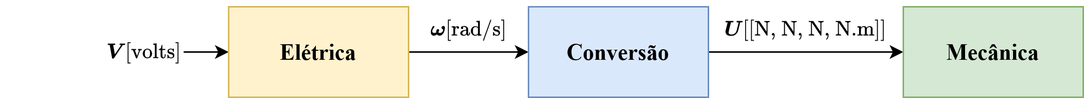
Before: Documents/capitulos/modelagem/imgs/diagrama_blocos_final.png, a diagram exported from draw.io (n1111ck/AQC). Source tidied: cells renumbered, new cells last; positions are measured from the earlier drawing's top-left corner, leaving out a move shared by most shapes. The source it was exported from:
```xml
<mxGraphModel math="1">
  <root>
    <mxCell id="0" />
    <mxCell id="1" parent="0" />
    <mxCell id="2" style="edgeStyle=orthogonalEdgeStyle;rounded=0;jettySize=auto;html=1;entryX=0;entryY=0.5;entryDx=0;entryDy=0;" parent="1" edge="1" target="4">
      <mxGeometry relative="1" as="geometry">
        <mxPoint x="122" y="30" as="sourcePoint" />
        <Array as="points">
          <mxPoint x="122" y="30" />
          <mxPoint x="122" y="30" />
        </Array>
      </mxGeometry>
    </mxCell>
    <mxCell id="3" style="edgeStyle=orthogonalEdgeStyle;rounded=0;jettySize=auto;html=1;" parent="1" edge="1" source="4" target="7">
      <mxGeometry relative="1" as="geometry" />
    </mxCell>
    <mxCell id="4" value="&lt;font size=&quot;1&quot;&gt;&lt;b&gt;&lt;font style=&quot;font-size: 15px;&quot; face=&quot;Times New Roman&quot;&gt;Elétrica&lt;/font&gt;&lt;/b&gt;&lt;/font&gt;" style="rounded=0;whiteSpace=wrap;html=1;fillColor=#fff2cc;strokeColor=#d6b656;" parent="1" vertex="1">
      <mxGeometry x="152" width="120" height="60" as="geometry" />
    </mxCell>
    <mxCell id="5" value="$$\boldsymbol{V} \text{[volts]}$$ " style="text;html=1;align=center;verticalAlign=middle;strokeColor=none;fillColor=none;" parent="1" vertex="1">
      <mxGeometry y="15" width="190" height="30" as="geometry" />
    </mxCell>
    <mxCell id="6" style="edgeStyle=orthogonalEdgeStyle;rounded=0;jettySize=auto;html=1;" parent="1" edge="1" source="7" target="8">
      <mxGeometry relative="1" as="geometry" />
    </mxCell>
    <mxCell id="7" value="&lt;font size=&quot;1&quot;&gt;&lt;b&gt;&lt;font style=&quot;font-size: 15px;&quot; face=&quot;Times New Roman&quot;&gt;Conversão&lt;/font&gt;&lt;/b&gt;&lt;/font&gt;" style="rounded=0;whiteSpace=wrap;html=1;fillColor=#dae8fc;strokeColor=#6c8ebf;" parent="1" vertex="1">
      <mxGeometry x="352" width="120" height="60" as="geometry" />
    </mxCell>
    <mxCell id="8" value="&lt;font size=&quot;1&quot;&gt;&lt;b&gt;&lt;font style=&quot;font-size: 15px;&quot; face=&quot;Times New Roman&quot;&gt;Mecânica&lt;/font&gt;&lt;/b&gt;&lt;/font&gt;" style="rounded=0;whiteSpace=wrap;html=1;fillColor=#d5e8d4;strokeColor=#82b366;" parent="1" vertex="1">
      <mxGeometry x="602" width="120" height="60" as="geometry" />
    </mxCell>
    <mxCell id="9" value="$$\boldsymbol{U} \text{[[N, N, N, N.m]]}$$ " style="text;html=1;align=center;verticalAlign=middle;strokeColor=none;fillColor=none;" parent="1" vertex="1">
      <mxGeometry x="417" width="240" height="30" as="geometry" />
    </mxCell>
    <mxCell id="10" value="$$\boldsymbol{\omega} \text{[rad/s]}$$ " style="text;html=1;align=center;verticalAlign=middle;strokeColor=none;fillColor=none;" parent="1" vertex="1">
      <mxGeometry x="202" width="220" height="30" as="geometry" />
    </mxCell>
  </root>
</mxGraphModel>
```
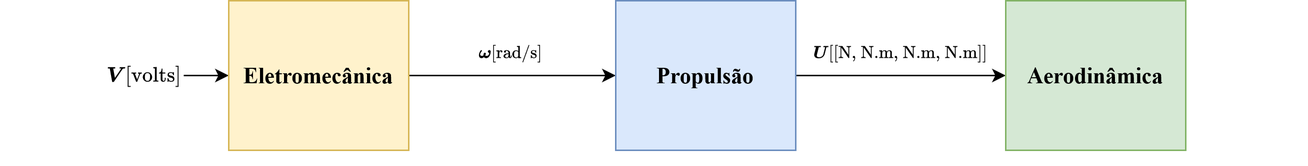
Above is the later version.

What changed in the source:
```diff
@@ -2,38 +2,41 @@
   <root>
     <mxCell id="0" />
     <mxCell id="1" parent="0" />
+    <mxCell id="11" style="rounded=0;whiteSpace=wrap;html=1;strokeColor=none;" parent="1" vertex="1">
+      <mxGeometry x="722" y="30" width="82" height="60" as="geometry" />
+    </mxCell>
     <mxCell id="2" style="edgeStyle=orthogonalEdgeStyle;rounded=0;jettySize=auto;html=1;entryX=0;entryY=0.5;entryDx=0;entryDy=0;" parent="1" edge="1" target="4">
       <mxGeometry relative="1" as="geometry">
-        <mxPoint x="122" y="30" as="sourcePoint" />
+        <mxPoint x="54" y="30" as="sourcePoint" />
         <Array as="points">
-          <mxPoint x="122" y="30" />
-          <mxPoint x="122" y="30" />
+          <mxPoint x="54" y="30" />
+          <mxPoint x="54" y="30" />
         </Array>
       </mxGeometry>
     </mxCell>
     <mxCell id="3" style="edgeStyle=orthogonalEdgeStyle;rounded=0;jettySize=auto;html=1;" parent="1" edge="1" source="4" target="7">
       <mxGeometry relative="1" as="geometry" />
     </mxCell>
-    <mxCell id="4" value="&lt;font size=&quot;1&quot;&gt;&lt;b&gt;&lt;font style=&quot;font-size: 15px;&quot; face=&quot;Times New Roman&quot;&gt;Elétrica&lt;/font&gt;&lt;/b&gt;&lt;/font&gt;" style="rounded=0;whiteSpace=wrap;html=1;fillColor=#fff2cc;strokeColor=#d6b656;" parent="1" vertex="1">
-      <mxGeometry x="152" width="120" height="60" as="geometry" />
+    <mxCell id="4" value="&lt;font size=&quot;1&quot;&gt;&lt;b&gt;&lt;font style=&quot;font-size: 15px;&quot; face=&quot;Times New Roman&quot;&gt;Eletromecânica&lt;/font&gt;&lt;/b&gt;&lt;/font&gt;" style="rounded=0;whiteSpace=wrap;html=1;fillColor=#fff2cc;strokeColor=#d6b656;" parent="1" vertex="1">
+      <mxGeometry x="84" y="-20" width="120" height="100" as="geometry" />
     </mxCell>
     <mxCell id="5" value="$$\boldsymbol{V} \text{[volts]}$$ " style="text;html=1;align=center;verticalAlign=middle;strokeColor=none;fillColor=none;" parent="1" vertex="1">
-      <mxGeometry y="15" width="190" height="30" as="geometry" />
+      <mxGeometry x="-68" y="15" width="190" height="30" as="geometry" />
     </mxCell>
     <mxCell id="6" style="edgeStyle=orthogonalEdgeStyle;rounded=0;jettySize=auto;html=1;" parent="1" edge="1" source="7" target="8">
       <mxGeometry relative="1" as="geometry" />
     </mxCell>
-    <mxCell id="7" value="&lt;font size=&quot;1&quot;&gt;&lt;b&gt;&lt;font style=&quot;font-size: 15px;&quot; face=&quot;Times New Roman&quot;&gt;Conversão&lt;/font&gt;&lt;/b&gt;&lt;/font&gt;" style="rounded=0;whiteSpace=wrap;html=1;fillColor=#dae8fc;strokeColor=#6c8ebf;" parent="1" vertex="1">
-      <mxGeometry x="352" width="120" height="60" as="geometry" />
+    <mxCell id="7" value="&lt;font size=&quot;1&quot;&gt;&lt;b&gt;&lt;font style=&quot;font-size: 15px;&quot; face=&quot;Times New Roman&quot;&gt;Propulsão&lt;/font&gt;&lt;/b&gt;&lt;/font&gt;" style="rounded=0;whiteSpace=wrap;html=1;fillColor=#dae8fc;strokeColor=#6c8ebf;" parent="1" vertex="1">
+      <mxGeometry x="342" y="-20" width="120" height="100" as="geometry" />
     </mxCell>
-    <mxCell id="8" value="&lt;font size=&quot;1&quot;&gt;&lt;b&gt;&lt;font style=&quot;font-size: 15px;&quot; face=&quot;Times New Roman&quot;&gt;Mecânica&lt;/font&gt;&lt;/b&gt;&lt;/font&gt;" style="rounded=0;whiteSpace=wrap;html=1;fillColor=#d5e8d4;strokeColor=#82b366;" parent="1" vertex="1">
-      <mxGeometry x="602" width="120" height="60" as="geometry" />
+    <mxCell id="8" value="&lt;font size=&quot;1&quot;&gt;&lt;b&gt;&lt;font style=&quot;font-size: 15px;&quot; face=&quot;Times New Roman&quot;&gt;Aerodinâmica&lt;/font&gt;&lt;/b&gt;&lt;/font&gt;" style="rounded=0;whiteSpace=wrap;html=1;fillColor=#d5e8d4;strokeColor=#82b366;" parent="1" vertex="1">
+      <mxGeometry x="602" y="-20" width="120" height="100" as="geometry" />
     </mxCell>
-    <mxCell id="9" value="$$\boldsymbol{U} \text{[[N, N, N, N.m]]}$$ " style="text;html=1;align=center;verticalAlign=middle;strokeColor=none;fillColor=none;" parent="1" vertex="1">
-      <mxGeometry x="417" width="240" height="30" as="geometry" />
+    <mxCell id="9" value="&lt;font style=&quot;font-size: 10px;&quot;&gt;$$\boldsymbol{U} \text{[[N, N.m, N.m, N.m]]}$$ &lt;/font&gt;" style="text;html=1;align=center;verticalAlign=middle;strokeColor=none;fillColor=none;" parent="1" vertex="1">
+      <mxGeometry x="412" width="240" height="30" as="geometry" />
     </mxCell>
-    <mxCell id="10" value="$$\boldsymbol{\omega} \text{[rad/s]}$$ " style="text;html=1;align=center;verticalAlign=middle;strokeColor=none;fillColor=none;" parent="1" vertex="1">
-      <mxGeometry x="202" width="220" height="30" as="geometry" />
+    <mxCell id="10" value="$$\boldsymbol{\omega} \text{[rad/s]}$$ " style="text;html=1;align=center;verticalAlign=middle;strokeColor=none;fillColor=none;fontSize=10;" parent="1" vertex="1">
+      <mxGeometry x="172" width="200" height="30" as="geometry" />
     </mxCell>
   </root>
 </mxGraphModel>
```
